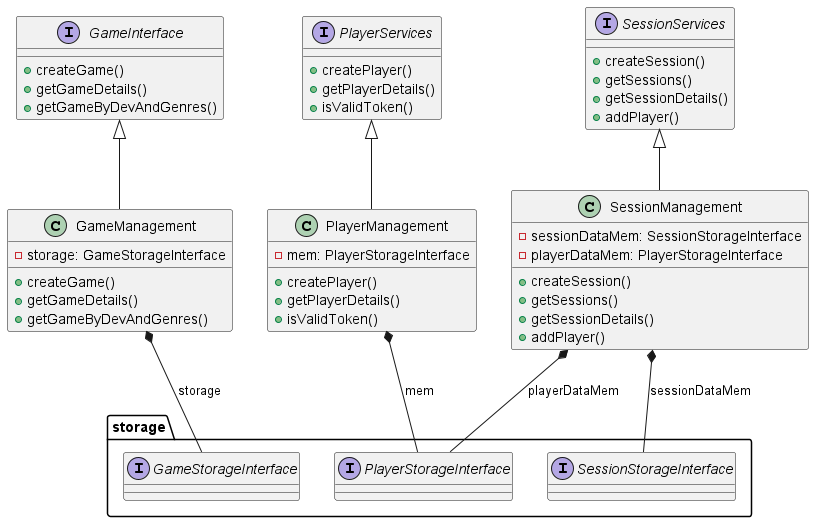
The PlantUML diagram phase2/build/resources/main/ServicesDiagram.png in Thuzys/Session_Control, before a commit.
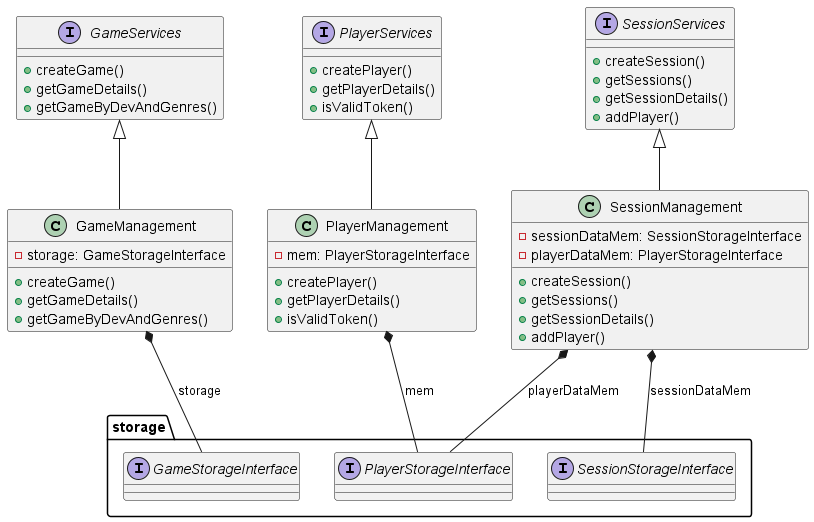
After the change.

Change to the diagram source:
```diff
@@ -1,6 +1,6 @@
 @startuml
 
-interface GameInterface {
+interface GameServices {
     +createGame()
     +getGameDetails()
     +getGameByDevAndGenres()
@@ -42,7 +42,7 @@
     -playerDataMem: PlayerStorageInterface
 }
 
-GameInterface <|-- GameManagement
+GameServices <|-- GameManagement
 PlayerServices <|-- PlayerManagement
 SessionServices <|-- SessionManagement
 
```
